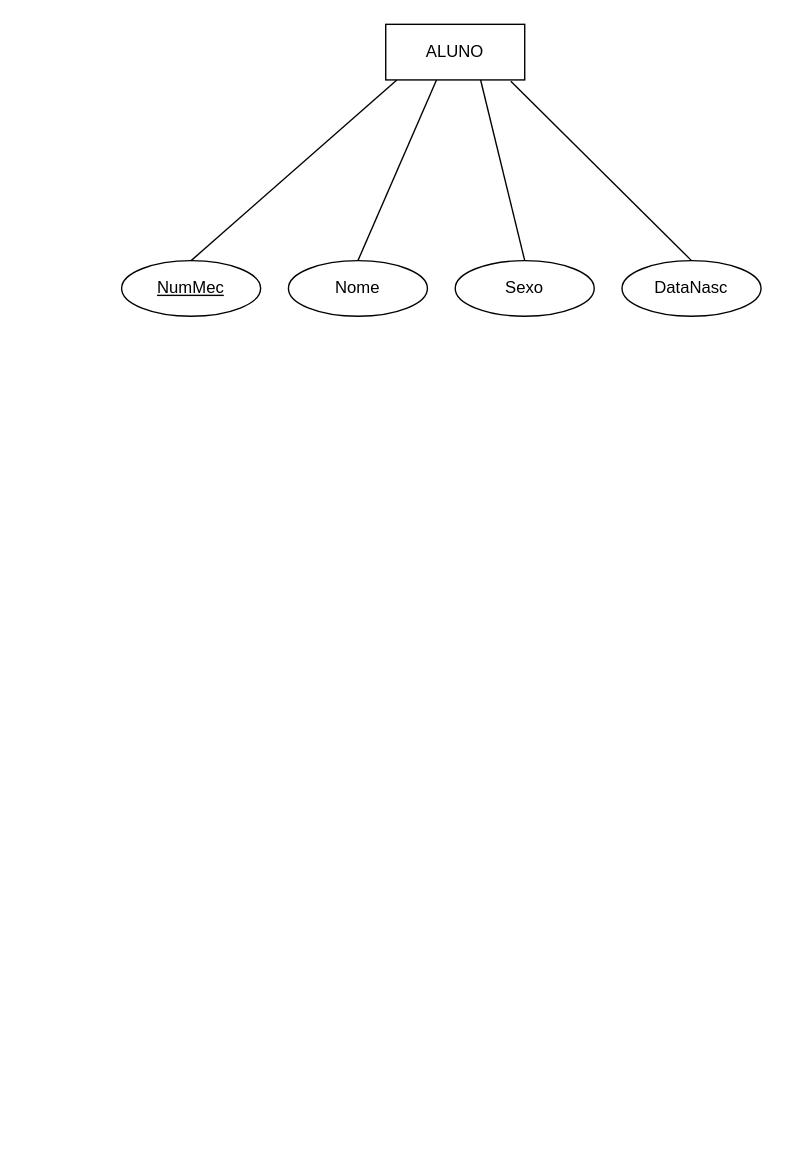
Earlier version of the draw.io diagram DiagramaEscolar.drawio (rpviana/Diagramas). Source tidied: cells renumbered, new cells numbered last; positions are measured from the earlier drawing's top-left corner, leaving out a move shared by most shapes. Both pictures are drawn from the tidied source at 139%, with x=0, y=0 at pixel (121, 24).
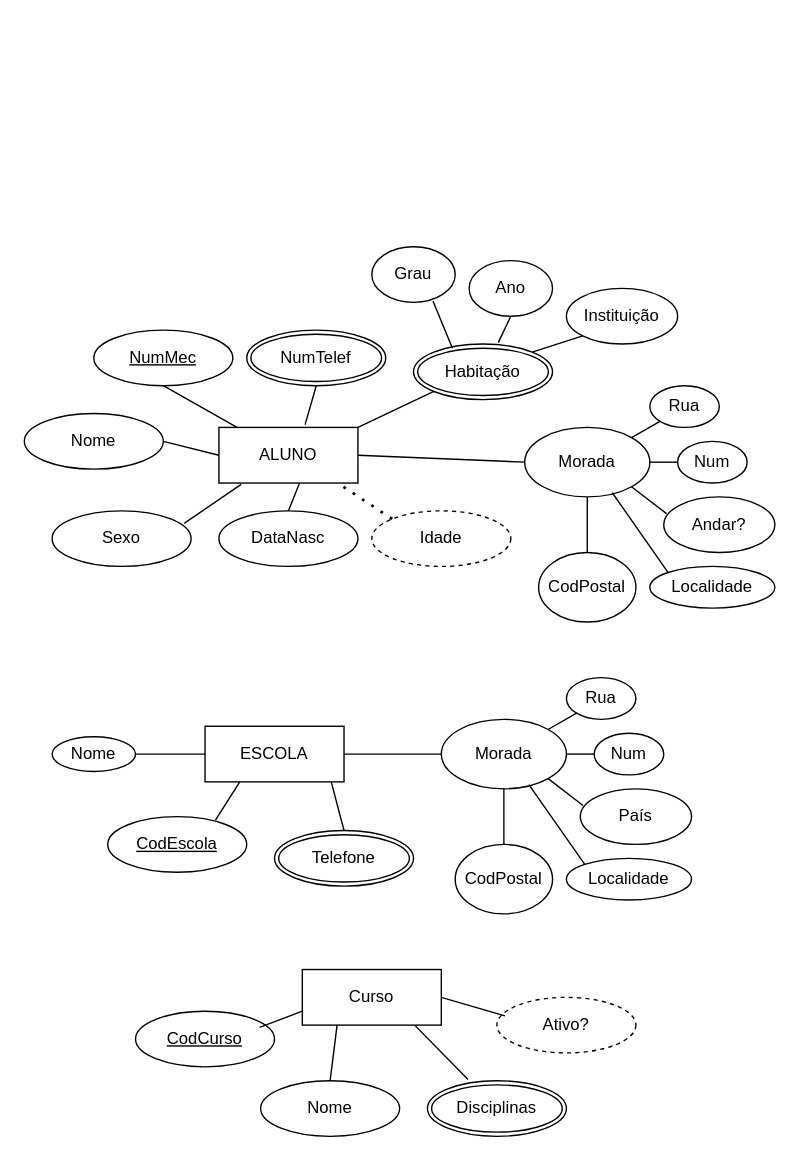
The same diagram, later.

Diff of the diagram source:
```diff
@@
     <mxCell id="2" value="Nome" style="ellipse;whiteSpace=wrap;html=1;align=center;" parent="1" vertex="1">
-      <mxGeometry x="120" y="170" width="100" height="40" as="geometry" />
+      <mxGeometry x="-70" y="280" width="100" height="40" as="geometry" />
     </mxCell>
     <mxCell id="3" value="Sexo" style="ellipse;whiteSpace=wrap;html=1;align=center;" parent="1" vertex="1">
-      <mxGeometry x="240" y="170" width="100" height="40" as="geometry" />
+      <mxGeometry x="-50" y="350" width="100" height="40" as="geometry" />
     </mxCell>
     <mxCell id="4" value="DataNasc" style="ellipse;whiteSpace=wrap;html=1;align=center;" parent="1" vertex="1">
-      <mxGeometry x="360" y="170" width="100" height="40" as="geometry" />
+      <mxGeometry x="70" y="350" width="100" height="40" as="geometry" />
     </mxCell>
     <mxCell id="5" value="NumMec" style="ellipse;whiteSpace=wrap;html=1;align=center;fontStyle=4;strokeColor=default;verticalAlign=middle;fontFamily=Helvetica;fontSize=12;fontColor=default;fillColor=default;" parent="1" vertex="1">
-      <mxGeometry y="170" width="100" height="40" as="geometry" />
+      <mxGeometry x="-20" y="220" width="100" height="40" as="geometry" />
     </mxCell>
-    <mxCell id="6" style="endArrow=none;html=1;rounded=0;fontFamily=Helvetica;fontSize=12;fontColor=default;exitX=0.5;exitY=0;exitDx=0;exitDy=0;entryX=0.08;entryY=1;entryDx=0;entryDy=0;entryPerimeter=0;" parent="1" edge="1" source="5" target="10">
+    <mxCell id="6" style="endArrow=none;html=1;rounded=0;fontFamily=Helvetica;fontSize=12;fontColor=default;exitX=0.5;exitY=1;exitDx=0;exitDy=0;entryX=0.13;entryY=0;entryDx=0;entryDy=0;entryPerimeter=0;" parent="1" edge="1" source="5" target="10">
       <mxGeometry relative="1" as="geometry" />
     </mxCell>
-    <mxCell id="7" style="endArrow=none;html=1;rounded=0;fontFamily=Helvetica;fontSize=12;fontColor=default;exitX=0.5;exitY=0;exitDx=0;exitDy=0;entryX=0.37;entryY=0.975;entryDx=0;entryDy=0;entryPerimeter=0;" parent="1" edge="1" source="2" target="10">
+    <mxCell id="7" style="endArrow=none;html=1;rounded=0;fontFamily=Helvetica;fontSize=12;fontColor=default;exitX=1;exitY=0.5;exitDx=0;exitDy=0;entryX=0;entryY=0.5;entryDx=0;entryDy=0;" parent="1" edge="1" source="2" target="10">
       <mxGeometry relative="1" as="geometry" />
     </mxCell>
-    <mxCell id="8" style="endArrow=none;html=1;rounded=0;fontFamily=Helvetica;fontSize=12;fontColor=default;exitX=0.5;exitY=0;exitDx=0;exitDy=0;entryX=0.68;entryY=0.975;entryDx=0;entryDy=0;entryPerimeter=0;" parent="1" edge="1" source="3" target="10">
+    <mxCell id="8" style="endArrow=none;html=1;rounded=0;fontFamily=Helvetica;fontSize=12;fontColor=default;exitX=0.95;exitY=0.225;exitDx=0;exitDy=0;entryX=0.16;entryY=1.025;entryDx=0;entryDy=0;entryPerimeter=0;exitPerimeter=0;" parent="1" edge="1" source="3" target="10">
       <mxGeometry relative="1" as="geometry" />
     </mxCell>
-    <mxCell id="9" style="endArrow=none;html=1;rounded=0;fontFamily=Helvetica;fontSize=12;fontColor=default;exitX=0.5;exitY=0;exitDx=0;exitDy=0;entryX=0.9;entryY=1.025;entryDx=0;entryDy=0;entryPerimeter=0;" parent="1" edge="1" source="4" target="10">
+    <mxCell id="9" style="endArrow=none;html=1;rounded=0;fontFamily=Helvetica;fontSize=12;fontColor=default;exitX=0.5;exitY=0;exitDx=0;exitDy=0;entryX=0.58;entryY=1;entryDx=0;entryDy=0;entryPerimeter=0;" parent="1" edge="1" source="4" target="10">
       <mxGeometry relative="1" as="geometry" />
     </mxCell>
     <mxCell id="10" value="ALUNO" style="whiteSpace=wrap;html=1;align=center;strokeColor=default;verticalAlign=middle;fontFamily=Helvetica;fontSize=12;fontColor=default;fillColor=default;" parent="1" vertex="1">
-      <mxGeometry x="190" width="100" height="40" as="geometry" />
+      <mxGeometry x="70" y="290" width="100" height="40" as="geometry" />
     </mxCell>
+    <mxCell id="11" value="Idade" style="ellipse;whiteSpace=wrap;html=1;align=center;dashed=1;strokeColor=default;verticalAlign=middle;fontFamily=Helvetica;fontSize=12;fontColor=default;fillColor=default;" parent="1" vertex="1">
+      <mxGeometry x="180" y="350" width="100" height="40" as="geometry" />
+    </mxCell>
+    <mxCell id="12" value="NumTelef" style="ellipse;shape=doubleEllipse;margin=3;whiteSpace=wrap;html=1;align=center;strokeColor=default;verticalAlign=middle;fontFamily=Helvetica;fontSize=12;fontColor=default;fillColor=default;" parent="1" vertex="1">
+      <mxGeometry x="90" y="220" width="100" height="40" as="geometry" />
+    </mxCell>
+    <mxCell id="13" style="endArrow=none;html=1;rounded=0;fontFamily=Helvetica;fontSize=12;fontColor=default;entryX=0.5;entryY=1;entryDx=0;entryDy=0;exitX=0.62;exitY=-0.05;exitDx=0;exitDy=0;exitPerimeter=0;" parent="1" edge="1" source="10" target="12">
+      <mxGeometry relative="1" as="geometry" />
+    </mxCell>
+    <mxCell id="14" value="Habitação" style="ellipse;shape=doubleEllipse;margin=3;whiteSpace=wrap;html=1;align=center;strokeColor=default;verticalAlign=middle;fontFamily=Helvetica;fontSize=12;fontColor=default;fillColor=default;" parent="1" vertex="1">
+      <mxGeometry x="210" y="230" width="100" height="40" as="geometry" />
+    </mxCell>
+    <mxCell id="15" style="endArrow=none;html=1;rounded=0;fontFamily=Helvetica;fontSize=12;fontColor=default;entryX=0;entryY=1;entryDx=0;entryDy=0;exitX=1;exitY=0;exitDx=0;exitDy=0;" parent="1" edge="1" source="10" target="14">
+      <mxGeometry relative="1" as="geometry" />
+    </mxCell>
+    <mxCell id="16" style="endArrow=none;dashed=1;html=1;dashPattern=1 3;strokeWidth=2;rounded=0;fontFamily=Helvetica;fontSize=12;fontColor=default;exitX=0;exitY=0;exitDx=0;exitDy=0;entryX=0.87;entryY=1.025;entryDx=0;entryDy=0;entryPerimeter=0;" parent="1" edge="1" source="11" target="10">
+      <mxGeometry relative="1" as="geometry" />
+    </mxCell>
+    <mxCell id="17" value="Morada" style="ellipse;whiteSpace=wrap;html=1;align=center;strokeColor=default;verticalAlign=middle;fontFamily=Helvetica;fontSize=12;fontColor=default;fillColor=default;" parent="1" vertex="1">
+      <mxGeometry x="290" y="290" width="90" height="50" as="geometry" />
+    </mxCell>
+    <mxCell id="18" value="Num" style="ellipse;whiteSpace=wrap;html=1;align=center;strokeColor=default;verticalAlign=middle;fontFamily=Helvetica;fontSize=12;fontColor=default;fillColor=default;" parent="1" vertex="1">
+      <mxGeometry x="400" y="300" width="50" height="30" as="geometry" />
+    </mxCell>
+    <mxCell id="19" value="Rua" style="ellipse;whiteSpace=wrap;html=1;align=center;strokeColor=default;verticalAlign=middle;fontFamily=Helvetica;fontSize=12;fontColor=default;fillColor=default;" parent="1" vertex="1">
+      <mxGeometry x="380" y="260" width="50" height="30" as="geometry" />
+    </mxCell>
+    <mxCell id="20" value="Andar?" style="ellipse;whiteSpace=wrap;html=1;align=center;strokeColor=default;verticalAlign=middle;fontFamily=Helvetica;fontSize=12;fontColor=default;fillColor=default;" parent="1" vertex="1">
+      <mxGeometry x="390" y="340" width="80" height="40" as="geometry" />
+    </mxCell>
+    <mxCell id="21" value="Localidade" style="ellipse;whiteSpace=wrap;html=1;align=center;strokeColor=default;verticalAlign=middle;fontFamily=Helvetica;fontSize=12;fontColor=default;fillColor=default;" parent="1" vertex="1">
+      <mxGeometry x="380" y="390" width="90" height="30" as="geometry" />
+    </mxCell>
+    <mxCell id="22" value="CodPostal" style="ellipse;whiteSpace=wrap;html=1;align=center;strokeColor=default;verticalAlign=middle;fontFamily=Helvetica;fontSize=12;fontColor=default;fillColor=default;" parent="1" vertex="1">
+      <mxGeometry x="300" y="380" width="70" height="50" as="geometry" />
+    </mxCell>
+    <mxCell id="23" style="endArrow=none;html=1;rounded=0;fontFamily=Helvetica;fontSize=12;fontColor=default;exitX=1;exitY=0;exitDx=0;exitDy=0;entryX=0;entryY=1;entryDx=0;entryDy=0;" parent="1" edge="1" source="17" target="19">
+      <mxGeometry relative="1" as="geometry" />
+    </mxCell>
+    <mxCell id="24" style="endArrow=none;html=1;rounded=0;fontFamily=Helvetica;fontSize=12;fontColor=default;entryX=0;entryY=0.5;entryDx=0;entryDy=0;exitX=1;exitY=0.5;exitDx=0;exitDy=0;" parent="1" edge="1" source="17" target="18">
+      <mxGeometry relative="1" as="geometry" />
+    </mxCell>
+    <mxCell id="25" style="endArrow=none;html=1;rounded=0;fontFamily=Helvetica;fontSize=12;fontColor=default;entryX=0.025;entryY=0.3;entryDx=0;entryDy=0;entryPerimeter=0;exitX=1;exitY=1;exitDx=0;exitDy=0;" parent="1" edge="1" source="17" target="20">
+      <mxGeometry relative="1" as="geometry" />
+    </mxCell>
+    <mxCell id="26" style="endArrow=none;html=1;rounded=0;fontFamily=Helvetica;fontSize=12;fontColor=default;entryX=0.5;entryY=1;entryDx=0;entryDy=0;exitX=0.5;exitY=0;exitDx=0;exitDy=0;" parent="1" edge="1" source="22" target="17">
+      <mxGeometry relative="1" as="geometry" />
+    </mxCell>
+    <mxCell id="27" style="endArrow=none;html=1;rounded=0;fontFamily=Helvetica;fontSize=12;fontColor=default;exitX=0;exitY=0;exitDx=0;exitDy=0;entryX=0.7;entryY=0.94;entryDx=0;entryDy=0;entryPerimeter=0;" parent="1" edge="1" source="21" target="17">
+      <mxGeometry relative="1" as="geometry" />
+    </mxCell>
+    <mxCell id="28" value="Instituição" style="ellipse;whiteSpace=wrap;html=1;align=center;strokeColor=default;verticalAlign=middle;fontFamily=Helvetica;fontSize=12;fontColor=default;fillColor=default;" parent="1" vertex="1">
+      <mxGeometry x="320" y="190" width="80" height="40" as="geometry" />
+    </mxCell>
+    <mxCell id="29" value="Ano" style="ellipse;whiteSpace=wrap;html=1;align=center;strokeColor=default;verticalAlign=middle;fontFamily=Helvetica;fontSize=12;fontColor=default;fillColor=default;" parent="1" vertex="1">
+      <mxGeometry x="250" y="170" width="60" height="40" as="geometry" />
+    </mxCell>
+    <mxCell id="30" value="Grau" style="ellipse;whiteSpace=wrap;html=1;align=center;strokeColor=default;verticalAlign=middle;fontFamily=Helvetica;fontSize=12;fontColor=default;fillColor=default;" parent="1" vertex="1">
+      <mxGeometry x="180" y="160" width="60" height="40" as="geometry" />
+    </mxCell>
+    <mxCell id="31" style="endArrow=none;html=1;rounded=0;fontFamily=Helvetica;fontSize=12;fontColor=default;exitX=0.28;exitY=0.075;exitDx=0;exitDy=0;exitPerimeter=0;entryX=0.733;entryY=0.975;entryDx=0;entryDy=0;entryPerimeter=0;" parent="1" edge="1" source="14" target="30">
+      <mxGeometry relative="1" as="geometry" />
+    </mxCell>
+    <mxCell id="32" style="endArrow=none;html=1;rounded=0;fontFamily=Helvetica;fontSize=12;fontColor=default;entryX=0.5;entryY=1;entryDx=0;entryDy=0;exitX=0.61;exitY=-0.025;exitDx=0;exitDy=0;exitPerimeter=0;" parent="1" edge="1" source="14" target="29">
+      <mxGeometry relative="1" as="geometry" />
+    </mxCell>
+    <mxCell id="33" style="endArrow=none;html=1;rounded=0;fontFamily=Helvetica;fontSize=12;fontColor=default;entryX=0;entryY=1;entryDx=0;entryDy=0;exitX=1;exitY=0;exitDx=0;exitDy=0;" parent="1" edge="1" source="14" target="28">
+      <mxGeometry relative="1" as="geometry" />
+    </mxCell>
+    <mxCell id="34" style="endArrow=none;html=1;rounded=0;fontFamily=Helvetica;fontSize=12;fontColor=default;exitX=1;exitY=0.5;exitDx=0;exitDy=0;entryX=0;entryY=0.5;entryDx=0;entryDy=0;" parent="1" edge="1" source="10" target="17">
+      <mxGeometry relative="1" as="geometry" />
+    </mxCell>
+    <mxCell id="35" value="ESCOLA" style="whiteSpace=wrap;html=1;align=center;strokeColor=default;verticalAlign=middle;fontFamily=Helvetica;fontSize=12;fontColor=default;fillColor=default;" parent="1" vertex="1">
+      <mxGeometry x="60" y="505" width="100" height="40" as="geometry" />
+    </mxCell>
+    <mxCell id="36" value="CodEscola" style="ellipse;whiteSpace=wrap;html=1;align=center;fontStyle=4;strokeColor=default;verticalAlign=middle;fontFamily=Helvetica;fontSize=12;fontColor=default;fillColor=default;" parent="1" vertex="1">
+      <mxGeometry x="-10" y="570" width="100" height="40" as="geometry" />
+    </mxCell>
+    <mxCell id="37" value="Nome" style="ellipse;whiteSpace=wrap;html=1;align=center;strokeColor=default;verticalAlign=middle;fontFamily=Helvetica;fontSize=12;fontColor=default;fillColor=default;" parent="1" vertex="1">
+      <mxGeometry x="-50" y="512.5" width="60" height="25" as="geometry" />
+    </mxCell>
+    <mxCell id="38" value="Telefone" style="ellipse;shape=doubleEllipse;margin=3;whiteSpace=wrap;html=1;align=center;strokeColor=default;verticalAlign=middle;fontFamily=Helvetica;fontSize=12;fontColor=default;fillColor=default;" parent="1" vertex="1">
+      <mxGeometry x="110" y="580" width="100" height="40" as="geometry" />
+    </mxCell>
+    <mxCell id="39" value="Morada" style="ellipse;whiteSpace=wrap;html=1;align=center;strokeColor=default;verticalAlign=middle;fontFamily=Helvetica;fontSize=12;fontColor=default;fillColor=default;" parent="1" vertex="1">
+      <mxGeometry x="230" y="500" width="90" height="50" as="geometry" />
+    </mxCell>
+    <mxCell id="40" value="Num" style="ellipse;whiteSpace=wrap;html=1;align=center;strokeColor=default;verticalAlign=middle;fontFamily=Helvetica;fontSize=12;fontColor=default;fillColor=default;" parent="1" vertex="1">
+      <mxGeometry x="340" y="510" width="50" height="30" as="geometry" />
+    </mxCell>
+    <mxCell id="41" value="Rua" style="ellipse;whiteSpace=wrap;html=1;align=center;strokeColor=default;verticalAlign=middle;fontFamily=Helvetica;fontSize=12;fontColor=default;fillColor=default;" parent="1" vertex="1">
+      <mxGeometry x="320" y="470" width="50" height="30" as="geometry" />
+    </mxCell>
+    <mxCell id="42" value="País" style="ellipse;whiteSpace=wrap;html=1;align=center;strokeColor=default;verticalAlign=middle;fontFamily=Helvetica;fontSize=12;fontColor=default;fillColor=default;" parent="1" vertex="1">
+      <mxGeometry x="330" y="550" width="80" height="40" as="geometry" />
+    </mxCell>
+    <mxCell id="43" value="Localidade" style="ellipse;whiteSpace=wrap;html=1;align=center;strokeColor=default;verticalAlign=middle;fontFamily=Helvetica;fontSize=12;fontColor=default;fillColor=default;" parent="1" vertex="1">
+      <mxGeometry x="320" y="600" width="90" height="30" as="geometry" />
+    </mxCell>
+    <mxCell id="44" value="CodPostal" style="ellipse;whiteSpace=wrap;html=1;align=center;strokeColor=default;verticalAlign=middle;fontFamily=Helvetica;fontSize=12;fontColor=default;fillColor=default;" parent="1" vertex="1">
+      <mxGeometry x="240" y="590" width="70" height="50" as="geometry" />
+    </mxCell>
+    <mxCell id="45" style="endArrow=none;html=1;rounded=0;fontFamily=Helvetica;fontSize=12;fontColor=default;exitX=1;exitY=0;exitDx=0;exitDy=0;entryX=0;entryY=1;entryDx=0;entryDy=0;" parent="1" edge="1" source="39" target="41">
+      <mxGeometry relative="1" as="geometry" />
+    </mxCell>
+    <mxCell id="46" style="endArrow=none;html=1;rounded=0;fontFamily=Helvetica;fontSize=12;fontColor=default;entryX=0;entryY=0.5;entryDx=0;entryDy=0;exitX=1;exitY=0.5;exitDx=0;exitDy=0;" parent="1" edge="1" source="39" target="40">
+      <mxGeometry relative="1" as="geometry" />
+    </mxCell>
+    <mxCell id="47" style="endArrow=none;html=1;rounded=0;fontFamily=Helvetica;fontSize=12;fontColor=default;entryX=0.025;entryY=0.3;entryDx=0;entryDy=0;entryPerimeter=0;exitX=1;exitY=1;exitDx=0;exitDy=0;" parent="1" edge="1" source="39" target="42">
+      <mxGeometry relative="1" as="geometry" />
+    </mxCell>
+    <mxCell id="48" style="endArrow=none;html=1;rounded=0;fontFamily=Helvetica;fontSize=12;fontColor=default;entryX=0.5;entryY=1;entryDx=0;entryDy=0;exitX=0.5;exitY=0;exitDx=0;exitDy=0;" parent="1" edge="1" source="44" target="39">
+      <mxGeometry relative="1" as="geometry" />
+    </mxCell>
+    <mxCell id="49" style="endArrow=none;html=1;rounded=0;fontFamily=Helvetica;fontSize=12;fontColor=default;exitX=0;exitY=0;exitDx=0;exitDy=0;entryX=0.7;entryY=0.94;entryDx=0;entryDy=0;entryPerimeter=0;" parent="1" edge="1" source="43" target="39">
+      <mxGeometry relative="1" as="geometry" />
+    </mxCell>
+    <mxCell id="50" style="endArrow=none;html=1;rounded=0;fontFamily=Helvetica;fontSize=12;fontColor=default;entryX=0;entryY=0.5;entryDx=0;entryDy=0;exitX=1;exitY=0.5;exitDx=0;exitDy=0;" parent="1" edge="1" source="35" target="39">
+      <mxGeometry relative="1" as="geometry" />
+    </mxCell>
+    <mxCell id="51" style="endArrow=none;html=1;rounded=0;fontFamily=Helvetica;fontSize=12;fontColor=default;exitX=0.5;exitY=0;exitDx=0;exitDy=0;entryX=0.908;entryY=1;entryDx=0;entryDy=0;entryPerimeter=0;" parent="1" edge="1" source="38" target="35">
+      <mxGeometry relative="1" as="geometry" />
+    </mxCell>
+    <mxCell id="52" style="endArrow=none;html=1;rounded=0;fontFamily=Helvetica;fontSize=12;fontColor=default;exitX=0;exitY=0.5;exitDx=0;exitDy=0;entryX=1;entryY=0.5;entryDx=0;entryDy=0;" parent="1" edge="1" source="35" target="37">
+      <mxGeometry relative="1" as="geometry" />
+    </mxCell>
+    <mxCell id="53" style="endArrow=none;html=1;rounded=0;fontFamily=Helvetica;fontSize=12;fontColor=default;exitX=0.25;exitY=1;exitDx=0;exitDy=0;entryX=0.775;entryY=0.063;entryDx=0;entryDy=0;entryPerimeter=0;" parent="1" edge="1" source="35" target="36">
+      <mxGeometry relative="1" as="geometry" />
+    </mxCell>
+    <mxCell id="54" value="Curso" style="whiteSpace=wrap;html=1;align=center;strokeColor=default;verticalAlign=middle;fontFamily=Helvetica;fontSize=12;fontColor=default;fillColor=default;" parent="1" vertex="1">
+      <mxGeometry x="130" y="680" width="100" height="40" as="geometry" />
+    </mxCell>
+    <mxCell id="55" value="CodCurso" style="ellipse;whiteSpace=wrap;html=1;align=center;fontStyle=4;strokeColor=default;verticalAlign=middle;fontFamily=Helvetica;fontSize=12;fontColor=default;fillColor=default;" parent="1" vertex="1">
+      <mxGeometry x="10" y="710" width="100" height="40" as="geometry" />
+    </mxCell>
+    <mxCell id="56" value="Nome" style="ellipse;whiteSpace=wrap;html=1;align=center;strokeColor=default;verticalAlign=middle;fontFamily=Helvetica;fontSize=12;fontColor=default;fillColor=default;" parent="1" vertex="1">
+      <mxGeometry x="100" y="760" width="100" height="40" as="geometry" />
+    </mxCell>
+    <mxCell id="57" value="Disciplinas" style="ellipse;shape=doubleEllipse;margin=3;whiteSpace=wrap;html=1;align=center;strokeColor=default;verticalAlign=middle;fontFamily=Helvetica;fontSize=12;fontColor=default;fillColor=default;" parent="1" vertex="1">
+      <mxGeometry x="220" y="760" width="100" height="40" as="geometry" />
+    </mxCell>
+    <mxCell id="58" value="Ativo?" style="ellipse;whiteSpace=wrap;html=1;align=center;dashed=1;strokeColor=default;verticalAlign=middle;fontFamily=Helvetica;fontSize=12;fontColor=default;fillColor=default;" parent="1" vertex="1">
+      <mxGeometry x="270" y="700" width="100" height="40" as="geometry" />
+    </mxCell>
+    <mxCell id="59" style="endArrow=none;html=1;rounded=0;fontFamily=Helvetica;fontSize=12;fontColor=default;entryX=0;entryY=0.75;entryDx=0;entryDy=0;exitX=0.892;exitY=0.292;exitDx=0;exitDy=0;exitPerimeter=0;" parent="1" edge="1" source="55" target="54">
+      <mxGeometry relative="1" as="geometry" />
+    </mxCell>
+    <mxCell id="60" style="endArrow=none;html=1;rounded=0;fontFamily=Helvetica;fontSize=12;fontColor=default;entryX=0.25;entryY=1;entryDx=0;entryDy=0;exitX=0.5;exitY=0;exitDx=0;exitDy=0;" parent="1" edge="1" source="56" target="54">
+      <mxGeometry relative="1" as="geometry" />
+    </mxCell>
+    <mxCell id="61" style="endArrow=none;html=1;rounded=0;fontFamily=Helvetica;fontSize=12;fontColor=default;entryX=0.808;entryY=1;entryDx=0;entryDy=0;entryPerimeter=0;exitX=0.292;exitY=-0.021;exitDx=0;exitDy=0;exitPerimeter=0;" parent="1" edge="1" source="57" target="54">
+      <mxGeometry relative="1" as="geometry" />
+    </mxCell>
+    <mxCell id="62" style="endArrow=none;html=1;rounded=0;fontFamily=Helvetica;fontSize=12;fontColor=default;entryX=0.058;entryY=0.333;entryDx=0;entryDy=0;exitX=1;exitY=0.5;exitDx=0;exitDy=0;entryPerimeter=0;" parent="1" edge="1" source="54" target="58">
+      <mxGeometry relative="1" as="geometry" />
+    </mxCell>
```
